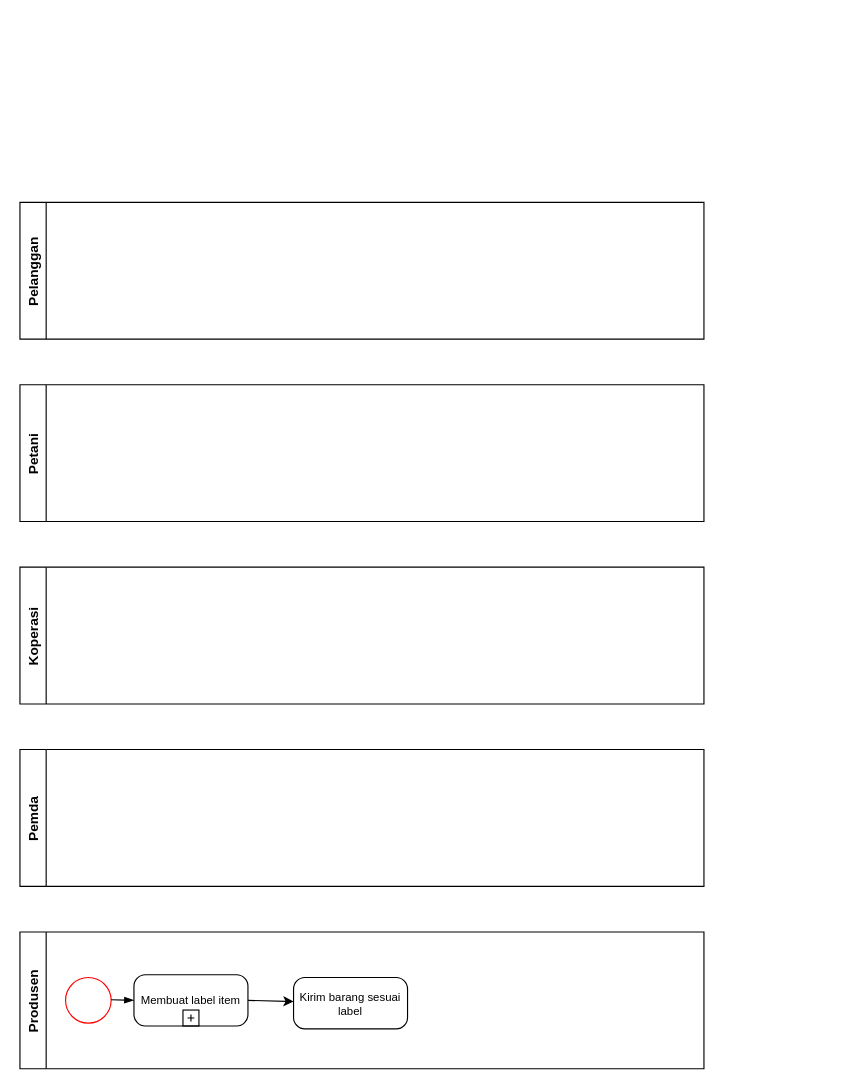
hanggaa/Diagram keeps this draw.io diagram as BPMN1.drawio. Above is the earlier version. Source tidied: cells renumbered, new cells numbered last; positions are measured from the earlier drawing's top-left corner, leaving out a move shared by most shapes. Both pictures are drawn from the tidied source at 114%, with x=0, y=0 at pixel (19, 202).
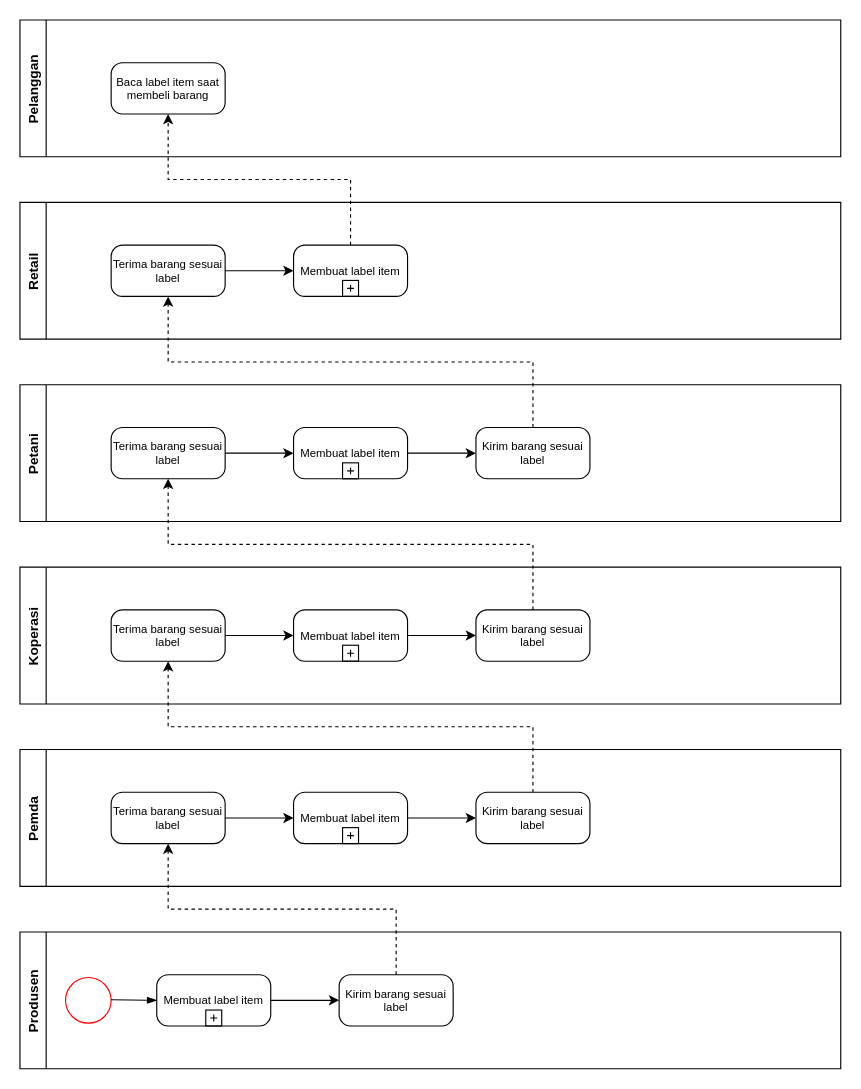
After the change.

Change to the diagram source:
```diff
@@
     <mxCell id="2" value="Pemda" style="swimlane;horizontal=0;" parent="1" vertex="1">
-      <mxGeometry y="480" width="600" height="120" as="geometry" />
+      <mxGeometry y="480" width="720" height="120" as="geometry" />
     </mxCell>
+    <mxCell id="12" style="edgeStyle=orthogonalEdgeStyle;rounded=0;jettySize=auto;html=1;exitX=1;exitY=0.5;exitDx=0;exitDy=0;exitPerimeter=0;entryX=0;entryY=0.5;entryDx=0;entryDy=0;entryPerimeter=0;" parent="2" edge="1" source="13" target="15">
+      <mxGeometry relative="1" as="geometry" />
+    </mxCell>
+    <mxCell id="13" value="Terima barang sesuai label" style="points=[[0.25,0,0],[0.5,0,0],[0.75,0,0],[1,0.25,0],[1,0.5,0],[1,0.75,0],[0.75,1,0],[0.5,1,0],[0.25,1,0],[0,0.75,0],[0,0.5,0],[0,0.25,0]];shape=mxgraph.bpmn.task;whiteSpace=wrap;rectStyle=rounded;size=10;taskMarker=abstract;fontSize=10;" parent="2" vertex="1">
+      <mxGeometry x="80" y="37.5" width="100" height="45" as="geometry" />
+    </mxCell>
+    <mxCell id="14" style="edgeStyle=orthogonalEdgeStyle;rounded=0;jettySize=auto;html=1;exitX=1;exitY=0.5;exitDx=0;exitDy=0;exitPerimeter=0;entryX=0;entryY=0.5;entryDx=0;entryDy=0;entryPerimeter=0;" parent="2" edge="1" source="15" target="16">
+      <mxGeometry relative="1" as="geometry" />
+    </mxCell>
+    <mxCell id="15" value="Membuat label item" style="points=[[0.25,0,0],[0.5,0,0],[0.75,0,0],[1,0.25,0],[1,0.5,0],[1,0.75,0],[0.75,1,0],[0.5,1,0],[0.25,1,0],[0,0.75,0],[0,0.5,0],[0,0.25,0]];shape=mxgraph.bpmn.task;whiteSpace=wrap;rectStyle=rounded;size=10;taskMarker=abstract;isLoopSub=1;fontSize=10;" parent="2" vertex="1">
+      <mxGeometry x="240" y="37.5" width="100" height="45" as="geometry" />
+    </mxCell>
+    <mxCell id="16" value="Kirim barang sesuai label" style="points=[[0.25,0,0],[0.5,0,0],[0.75,0,0],[1,0.25,0],[1,0.5,0],[1,0.75,0],[0.75,1,0],[0.5,1,0],[0.25,1,0],[0,0.75,0],[0,0.5,0],[0,0.25,0]];shape=mxgraph.bpmn.task;whiteSpace=wrap;rectStyle=rounded;size=10;taskMarker=abstract;fontSize=10;" parent="2" vertex="1">
+      <mxGeometry x="400" y="37.5" width="100" height="45" as="geometry" />
+    </mxCell>
     <mxCell id="3" value="Koperasi" style="swimlane;horizontal=0;" parent="1" vertex="1">
-      <mxGeometry y="320" width="600" height="120" as="geometry" />
+      <mxGeometry y="320" width="720" height="120" as="geometry" />
     </mxCell>
+    <mxCell id="17" style="edgeStyle=orthogonalEdgeStyle;rounded=0;jettySize=auto;html=1;exitX=1;exitY=0.5;exitDx=0;exitDy=0;exitPerimeter=0;" parent="3" edge="1" source="18" target="20">
+      <mxGeometry relative="1" as="geometry" />
+    </mxCell>
+    <mxCell id="18" value="Terima barang sesuai label" style="points=[[0.25,0,0],[0.5,0,0],[0.75,0,0],[1,0.25,0],[1,0.5,0],[1,0.75,0],[0.75,1,0],[0.5,1,0],[0.25,1,0],[0,0.75,0],[0,0.5,0],[0,0.25,0]];shape=mxgraph.bpmn.task;whiteSpace=wrap;rectStyle=rounded;size=10;taskMarker=abstract;fontSize=10;" parent="3" vertex="1">
+      <mxGeometry x="80" y="37.5" width="100" height="45" as="geometry" />
+    </mxCell>
+    <mxCell id="19" style="edgeStyle=orthogonalEdgeStyle;rounded=0;jettySize=auto;html=1;exitX=1;exitY=0.5;exitDx=0;exitDy=0;exitPerimeter=0;entryX=0;entryY=0.5;entryDx=0;entryDy=0;entryPerimeter=0;" parent="3" edge="1" source="20" target="21">
+      <mxGeometry relative="1" as="geometry" />
+    </mxCell>
+    <mxCell id="20" value="Membuat label item" style="points=[[0.25,0,0],[0.5,0,0],[0.75,0,0],[1,0.25,0],[1,0.5,0],[1,0.75,0],[0.75,1,0],[0.5,1,0],[0.25,1,0],[0,0.75,0],[0,0.5,0],[0,0.25,0]];shape=mxgraph.bpmn.task;whiteSpace=wrap;rectStyle=rounded;size=10;taskMarker=abstract;isLoopSub=1;fontSize=10;" parent="3" vertex="1">
+      <mxGeometry x="240" y="37.5" width="100" height="45" as="geometry" />
+    </mxCell>
+    <mxCell id="21" value="Kirim barang sesuai label" style="points=[[0.25,0,0],[0.5,0,0],[0.75,0,0],[1,0.25,0],[1,0.5,0],[1,0.75,0],[0.75,1,0],[0.5,1,0],[0.25,1,0],[0,0.75,0],[0,0.5,0],[0,0.25,0]];shape=mxgraph.bpmn.task;whiteSpace=wrap;rectStyle=rounded;size=10;taskMarker=abstract;fontSize=10;" parent="3" vertex="1">
+      <mxGeometry x="400" y="37.5" width="100" height="45" as="geometry" />
+    </mxCell>
     <mxCell id="4" value="Petani" style="swimlane;horizontal=0;startSize=23;" parent="1" vertex="1">
-      <mxGeometry y="160" width="600" height="120" as="geometry" />
+      <mxGeometry y="160" width="720" height="120" as="geometry" />
     </mxCell>
+    <mxCell id="22" style="edgeStyle=orthogonalEdgeStyle;rounded=0;jettySize=auto;html=1;exitX=1;exitY=0.5;exitDx=0;exitDy=0;exitPerimeter=0;entryX=0;entryY=0.5;entryDx=0;entryDy=0;entryPerimeter=0;" parent="4" edge="1" source="23" target="25">
+      <mxGeometry relative="1" as="geometry" />
+    </mxCell>
+    <mxCell id="23" value="Terima barang sesuai label" style="points=[[0.25,0,0],[0.5,0,0],[0.75,0,0],[1,0.25,0],[1,0.5,0],[1,0.75,0],[0.75,1,0],[0.5,1,0],[0.25,1,0],[0,0.75,0],[0,0.5,0],[0,0.25,0]];shape=mxgraph.bpmn.task;whiteSpace=wrap;rectStyle=rounded;size=10;taskMarker=abstract;fontSize=10;" parent="4" vertex="1">
+      <mxGeometry x="80" y="37.5" width="100" height="45" as="geometry" />
+    </mxCell>
+    <mxCell id="24" style="edgeStyle=orthogonalEdgeStyle;rounded=0;jettySize=auto;html=1;exitX=1;exitY=0.5;exitDx=0;exitDy=0;exitPerimeter=0;entryX=0;entryY=0.5;entryDx=0;entryDy=0;entryPerimeter=0;" parent="4" edge="1" source="25" target="26">
+      <mxGeometry relative="1" as="geometry" />
+    </mxCell>
+    <mxCell id="25" value="Membuat label item" style="points=[[0.25,0,0],[0.5,0,0],[0.75,0,0],[1,0.25,0],[1,0.5,0],[1,0.75,0],[0.75,1,0],[0.5,1,0],[0.25,1,0],[0,0.75,0],[0,0.5,0],[0,0.25,0]];shape=mxgraph.bpmn.task;whiteSpace=wrap;rectStyle=rounded;size=10;taskMarker=abstract;isLoopSub=1;fontSize=10;" parent="4" vertex="1">
+      <mxGeometry x="240" y="37.5" width="100" height="45" as="geometry" />
+    </mxCell>
+    <mxCell id="26" value="Kirim barang sesuai label" style="points=[[0.25,0,0],[0.5,0,0],[0.75,0,0],[1,0.25,0],[1,0.5,0],[1,0.75,0],[0.75,1,0],[0.5,1,0],[0.25,1,0],[0,0.75,0],[0,0.5,0],[0,0.25,0]];shape=mxgraph.bpmn.task;whiteSpace=wrap;rectStyle=rounded;size=10;taskMarker=abstract;fontSize=10;" parent="4" vertex="1">
+      <mxGeometry x="400" y="37.5" width="100" height="45" as="geometry" />
+    </mxCell>
     <mxCell id="5" value="Pelanggan" style="swimlane;horizontal=0;startSize=23;" parent="1" vertex="1">
-      <mxGeometry width="600" height="120" as="geometry" />
+      <mxGeometry y="-160" width="720" height="120" as="geometry" />
     </mxCell>
+    <mxCell id="27" value="Baca label item saat membeli barang" style="points=[[0.25,0,0],[0.5,0,0],[0.75,0,0],[1,0.25,0],[1,0.5,0],[1,0.75,0],[0.75,1,0],[0.5,1,0],[0.25,1,0],[0,0.75,0],[0,0.5,0],[0,0.25,0]];shape=mxgraph.bpmn.task;whiteSpace=wrap;rectStyle=rounded;size=10;taskMarker=abstract;fontSize=10;" parent="5" vertex="1">
+      <mxGeometry x="80" y="37.5" width="100" height="45" as="geometry" />
+    </mxCell>
     <mxCell id="6" value="Produsen" style="swimlane;horizontal=0;startSize=23;" parent="1" vertex="1">
-      <mxGeometry y="640" width="600" height="120" as="geometry" />
+      <mxGeometry y="640" width="720" height="120" as="geometry" />
     </mxCell>
@@
     <mxCell id="8" value="Kirim barang sesuai label" style="points=[[0.25,0,0],[0.5,0,0],[0.75,0,0],[1,0.25,0],[1,0.5,0],[1,0.75,0],[0.75,1,0],[0.5,1,0],[0.25,1,0],[0,0.75,0],[0,0.5,0],[0,0.25,0]];shape=mxgraph.bpmn.task;whiteSpace=wrap;rectStyle=rounded;size=10;taskMarker=abstract;fontSize=10;" parent="6" vertex="1">
-      <mxGeometry x="240" y="40" width="100" height="45" as="geometry" />
+      <mxGeometry x="280" y="37.5" width="100" height="45" as="geometry" />
     </mxCell>
@@
     <mxCell id="10" value="Membuat label item" style="points=[[0.25,0,0],[0.5,0,0],[0.75,0,0],[1,0.25,0],[1,0.5,0],[1,0.75,0],[0.75,1,0],[0.5,1,0],[0.25,1,0],[0,0.75,0],[0,0.5,0],[0,0.25,0]];shape=mxgraph.bpmn.task;whiteSpace=wrap;rectStyle=rounded;size=10;taskMarker=abstract;isLoopSub=1;fontSize=10;" parent="6" vertex="1">
-      <mxGeometry x="100" y="37.5" width="100" height="45" as="geometry" />
+      <mxGeometry x="120" y="37.5" width="100" height="45" as="geometry" />
     </mxCell>
@@
+    <mxCell id="28" value="Retail" style="swimlane;horizontal=0;startSize=23;" parent="1" vertex="1">
+      <mxGeometry width="720" height="120" as="geometry" />
+    </mxCell>
+    <mxCell id="29" value="Terima barang sesuai label" style="points=[[0.25,0,0],[0.5,0,0],[0.75,0,0],[1,0.25,0],[1,0.5,0],[1,0.75,0],[0.75,1,0],[0.5,1,0],[0.25,1,0],[0,0.75,0],[0,0.5,0],[0,0.25,0]];shape=mxgraph.bpmn.task;whiteSpace=wrap;rectStyle=rounded;size=10;taskMarker=abstract;fontSize=10;" parent="28" vertex="1">
+      <mxGeometry x="80" y="37.5" width="100" height="45" as="geometry" />
+    </mxCell>
+    <mxCell id="30" value="Membuat label item" style="points=[[0.25,0,0],[0.5,0,0],[0.75,0,0],[1,0.25,0],[1,0.5,0],[1,0.75,0],[0.75,1,0],[0.5,1,0],[0.25,1,0],[0,0.75,0],[0,0.5,0],[0,0.25,0]];shape=mxgraph.bpmn.task;whiteSpace=wrap;rectStyle=rounded;size=10;taskMarker=abstract;isLoopSub=1;fontSize=10;" parent="28" vertex="1">
+      <mxGeometry x="240" y="37.5" width="100" height="45" as="geometry" />
+    </mxCell>
+    <mxCell id="31" style="edgeStyle=orthogonalEdgeStyle;rounded=0;jettySize=auto;html=1;exitX=1;exitY=0.5;exitDx=0;exitDy=0;exitPerimeter=0;entryX=0;entryY=0.5;entryDx=0;entryDy=0;entryPerimeter=0;" parent="28" edge="1" source="29" target="30">
+      <mxGeometry relative="1" as="geometry" />
+    </mxCell>
+    <mxCell id="32" style="edgeStyle=orthogonalEdgeStyle;rounded=0;jettySize=auto;html=1;exitX=0.5;exitY=0;exitDx=0;exitDy=0;exitPerimeter=0;entryX=0.5;entryY=1;entryDx=0;entryDy=0;entryPerimeter=0;dashed=1;" parent="1" edge="1" source="8" target="13">
+      <mxGeometry relative="1" as="geometry" />
+    </mxCell>
+    <mxCell id="33" style="edgeStyle=orthogonalEdgeStyle;rounded=0;jettySize=auto;html=1;exitX=0.5;exitY=0;exitDx=0;exitDy=0;exitPerimeter=0;entryX=0.5;entryY=1;entryDx=0;entryDy=0;entryPerimeter=0;dashed=1;" parent="1" edge="1" source="16" target="18">
+      <mxGeometry relative="1" as="geometry" />
+    </mxCell>
+    <mxCell id="34" style="edgeStyle=orthogonalEdgeStyle;rounded=0;jettySize=auto;html=1;exitX=0.5;exitY=0;exitDx=0;exitDy=0;exitPerimeter=0;entryX=0.5;entryY=1;entryDx=0;entryDy=0;entryPerimeter=0;dashed=1;" parent="1" edge="1" source="21" target="23">
+      <mxGeometry relative="1" as="geometry" />
+    </mxCell>
+    <mxCell id="35" style="edgeStyle=orthogonalEdgeStyle;rounded=0;jettySize=auto;html=1;exitX=0.5;exitY=0;exitDx=0;exitDy=0;exitPerimeter=0;entryX=0.5;entryY=1;entryDx=0;entryDy=0;entryPerimeter=0;dashed=1;" parent="1" edge="1" source="26" target="29">
+      <mxGeometry relative="1" as="geometry" />
+    </mxCell>
+    <mxCell id="36" style="edgeStyle=orthogonalEdgeStyle;rounded=0;jettySize=auto;html=1;exitX=0.5;exitY=0;exitDx=0;exitDy=0;exitPerimeter=0;dashed=1;" parent="1" edge="1" source="30" target="27">
+      <mxGeometry relative="1" as="geometry" />
+    </mxCell>
```
